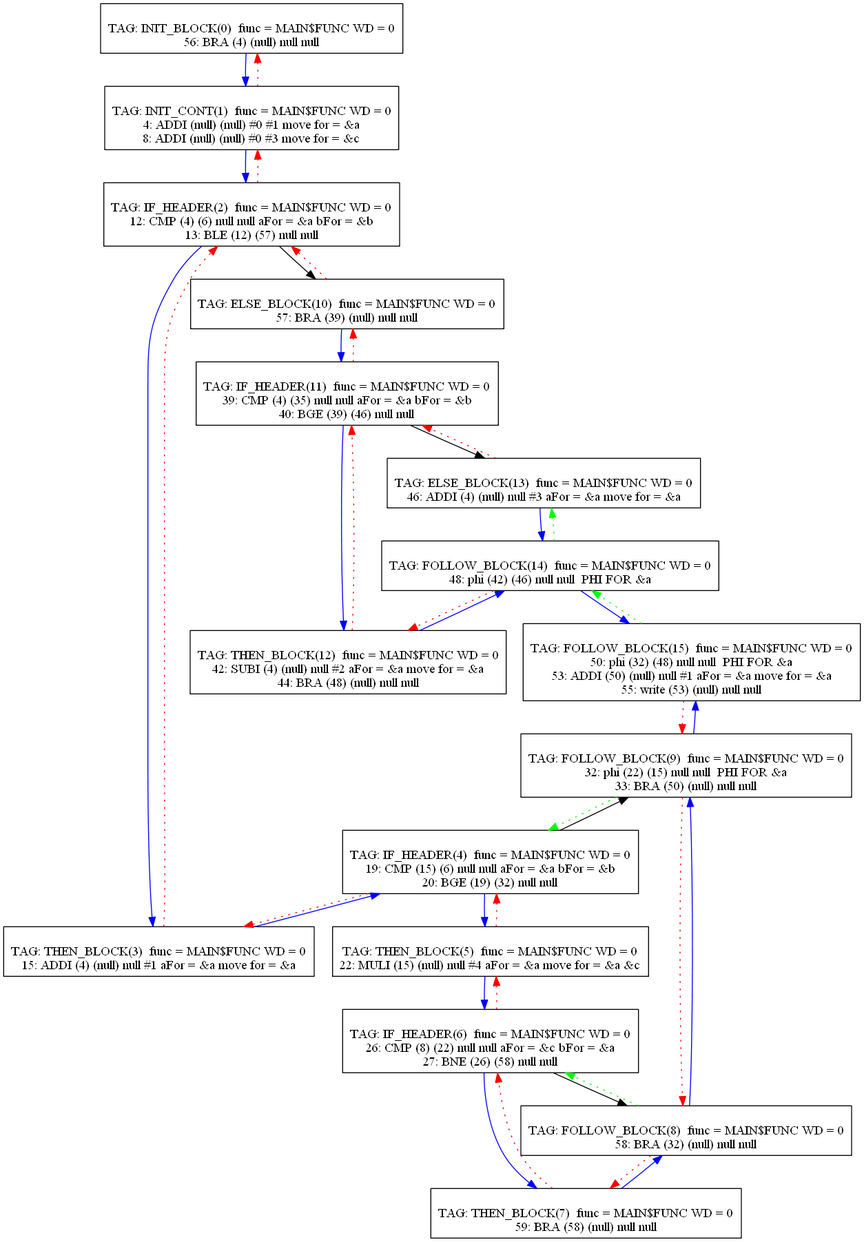
The Graphviz diagram Compiler/9graph.png in mbajaj92/Project-Astoria, before a commit. Its source is kept beside it as Compiler/9graph.dot.
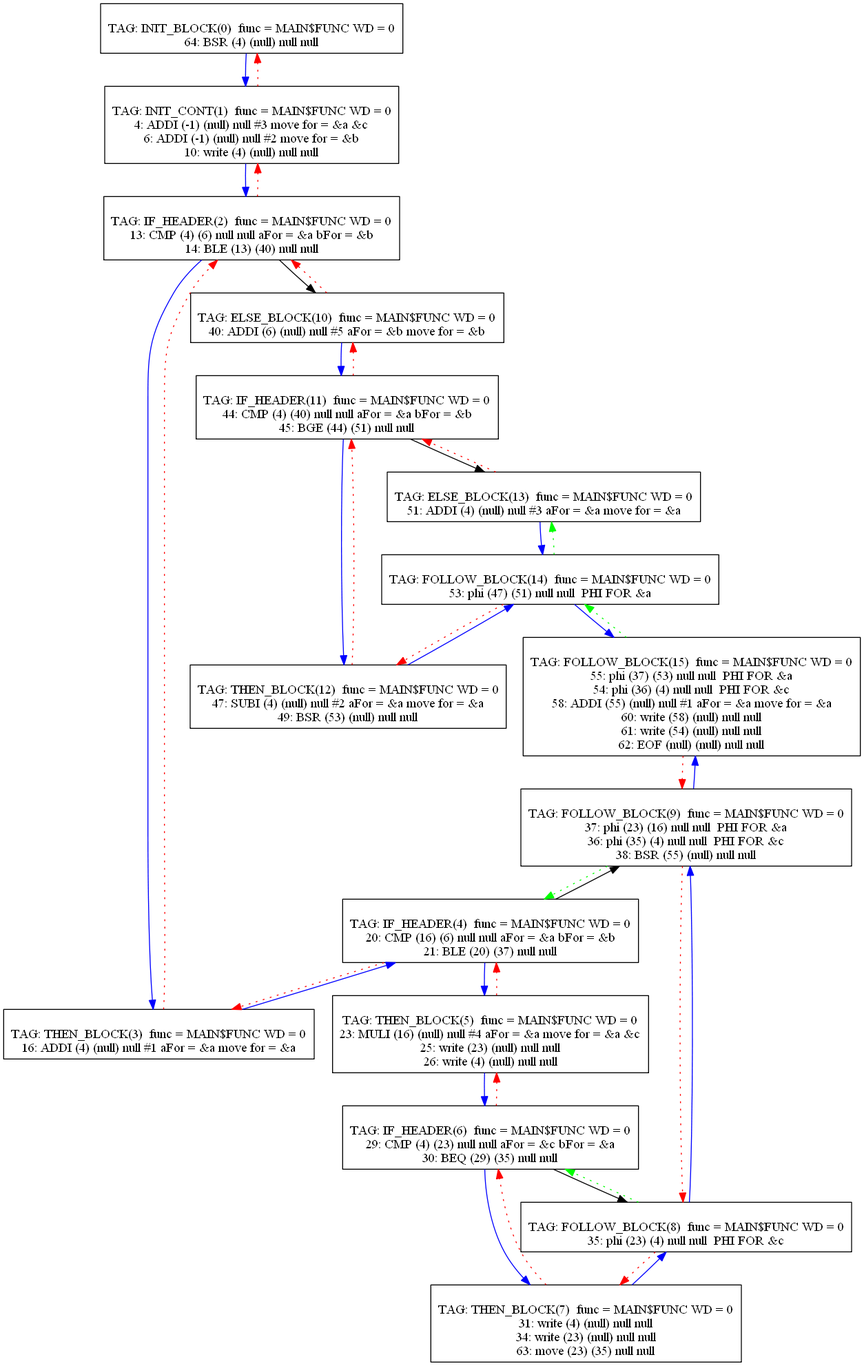
The same file after the commit.

The edit, as a diff of the source:
```diff
@@ -1,22 +1,23 @@
 digraph {
 0[label="
 TAG: INIT_BLOCK(0)  func = MAIN$FUNC WD = 0
-56: BRA (4) (null) null null
+64: BSR (4) (null) null null
 "];
 0[shape=box];
 0 -> 1[color=blue]
 1[label="
 TAG: INIT_CONT(1)  func = MAIN$FUNC WD = 0
-4: ADDI (null) (null) #0 #1 move for = &a
-8: ADDI (null) (null) #0 #3 move for = &c
+4: ADDI (-1) (null) null #3 move for = &a &c
+6: ADDI (-1) (null) null #2 move for = &b
+10: write (4) (null) null null
 "];
 1[shape=box];
 1 -> 2[color=blue]
 1 -> 0[color=red][style=dotted]
 2[label="
 TAG: IF_HEADER(2)  func = MAIN$FUNC WD = 0
-12: CMP (4) (6) null null aFor = &a bFor = &b
-13: BLE (12) (57) null null
+13: CMP (4) (6) null null aFor = &a bFor = &b
+14: BLE (13) (40) null null
 "];
 2[shape=box];
 2 -> 3[color=blue]
@@ -24,15 +25,15 @@
 2 -> 1[color=red][style=dotted]
 3[label="
 TAG: THEN_BLOCK(3)  func = MAIN$FUNC WD = 0
-15: ADDI (4) (null) null #1 aFor = &a move for = &a
+16: ADDI (4) (null) null #1 aFor = &a move for = &a
 "];
 3[shape=box];
 3 -> 4[color=blue]
 3 -> 2[color=red][style=dotted]
 4[label="
 TAG: IF_HEADER(4)  func = MAIN$FUNC WD = 0
-19: CMP (15) (6) null null aFor = &a bFor = &b
-20: BGE (19) (32) null null
+20: CMP (16) (6) null null aFor = &a bFor = &b
+21: BLE (20) (37) null null
 "];
 4[shape=box];
 4 -> 5[color=blue]
@@ -40,15 +41,17 @@
 4 -> 3[color=red][style=dotted]
 5[label="
 TAG: THEN_BLOCK(5)  func = MAIN$FUNC WD = 0
-22: MULI (15) (null) null #4 aFor = &a move for = &a &c
+23: MULI (16) (null) null #4 aFor = &a move for = &a &c
+25: write (23) (null) null null
+26: write (4) (null) null null
 "];
 5[shape=box];
 5 -> 6[color=blue]
 5 -> 4[color=red][style=dotted]
 6[label="
 TAG: IF_HEADER(6)  func = MAIN$FUNC WD = 0
-26: CMP (8) (22) null null aFor = &c bFor = &a
-27: BNE (26) (58) null null
+29: CMP (4) (23) null null aFor = &c bFor = &a
+30: BEQ (29) (35) null null
 "];
 6[shape=box];
 6 -> 7[color=blue]
@@ -56,14 +59,16 @@
 6 -> 5[color=red][style=dotted]
 7[label="
 TAG: THEN_BLOCK(7)  func = MAIN$FUNC WD = 0
-59: BRA (58) (null) null null
+31: write (4) (null) null null
+34: write (23) (null) null null
+63: move (23) (35) null null
 "];
 7[shape=box];
 7 -> 8[color=blue]
 7 -> 6[color=red][style=dotted]
 8[label="
 TAG: FOLLOW_BLOCK(8)  func = MAIN$FUNC WD = 0
-58: BRA (32) (null) null null
+35: phi (23) (4) null null  PHI FOR &c
 "];
 8[shape=box];
 8 -> 9[color=blue]
@@ -71,8 +76,9 @@
 8 -> 6[color=green][style=dotted]
 9[label="
 TAG: FOLLOW_BLOCK(9)  func = MAIN$FUNC WD = 0
-32: phi (22) (15) null null  PHI FOR &a
-33: BRA (50) (null) null null
+37: phi (23) (16) null null  PHI FOR &a
+36: phi (35) (4) null null  PHI FOR &c
+38: BSR (55) (null) null null
 "];
 9[shape=box];
 9 -> 15[color=blue]
@@ -80,15 +86,15 @@
 9 -> 4[color=green][style=dotted]
 10[label="
 TAG: ELSE_BLOCK(10)  func = MAIN$FUNC WD = 0
-57: BRA (39) (null) null null
+40: ADDI (6) (null) null #5 aFor = &b move for = &b
 "];
 10[shape=box];
 10 -> 11[color=blue]
 10 -> 2[color=red][style=dotted]
 11[label="
 TAG: IF_HEADER(11)  func = MAIN$FUNC WD = 0
-39: CMP (4) (35) null null aFor = &a bFor = &b
-40: BGE (39) (46) null null
+44: CMP (4) (40) null null aFor = &a bFor = &b
+45: BGE (44) (51) null null
 "];
 11[shape=box];
 11 -> 12[color=blue]
@@ -96,22 +102,22 @@
 11 -> 10[color=red][style=dotted]
 12[label="
 TAG: THEN_BLOCK(12)  func = MAIN$FUNC WD = 0
-42: SUBI (4) (null) null #2 aFor = &a move for = &a
-44: BRA (48) (null) null null
+47: SUBI (4) (null) null #2 aFor = &a move for = &a
+49: BSR (53) (null) null null
 "];
 12[shape=box];
 12 -> 14[color=blue]
 12 -> 11[color=red][style=dotted]
 13[label="
 TAG: ELSE_BLOCK(13)  func = MAIN$FUNC WD = 0
-46: ADDI (4) (null) null #3 aFor = &a move for = &a
+51: ADDI (4) (null) null #3 aFor = &a move for = &a
 "];
 13[shape=box];
 13 -> 14[color=blue]
 13 -> 11[color=red][style=dotted]
 14[label="
 TAG: FOLLOW_BLOCK(14)  func = MAIN$FUNC WD = 0
-48: phi (42) (46) null null  PHI FOR &a
+53: phi (47) (51) null null  PHI FOR &a
 "];
 14[shape=box];
 14 -> 15[color=blue]
@@ -119,9 +125,12 @@
 14 -> 13[color=green][style=dotted]
 15[label="
 TAG: FOLLOW_BLOCK(15)  func = MAIN$FUNC WD = 0
-50: phi (32) (48) null null  PHI FOR &a
-53: ADDI (50) (null) null #1 aFor = &a move for = &a
-55: write (53) (null) null null
+55: phi (37) (53) null null  PHI FOR &a
+54: phi (36) (4) null null  PHI FOR &c
+58: ADDI (55) (null) null #1 aFor = &a move for = &a
+60: write (58) (null) null null
+61: write (54) (null) null null
+62: EOF (null) (null) null null
 "];
 15[shape=box];
 15 -> 9[color=red][style=dotted]
```
